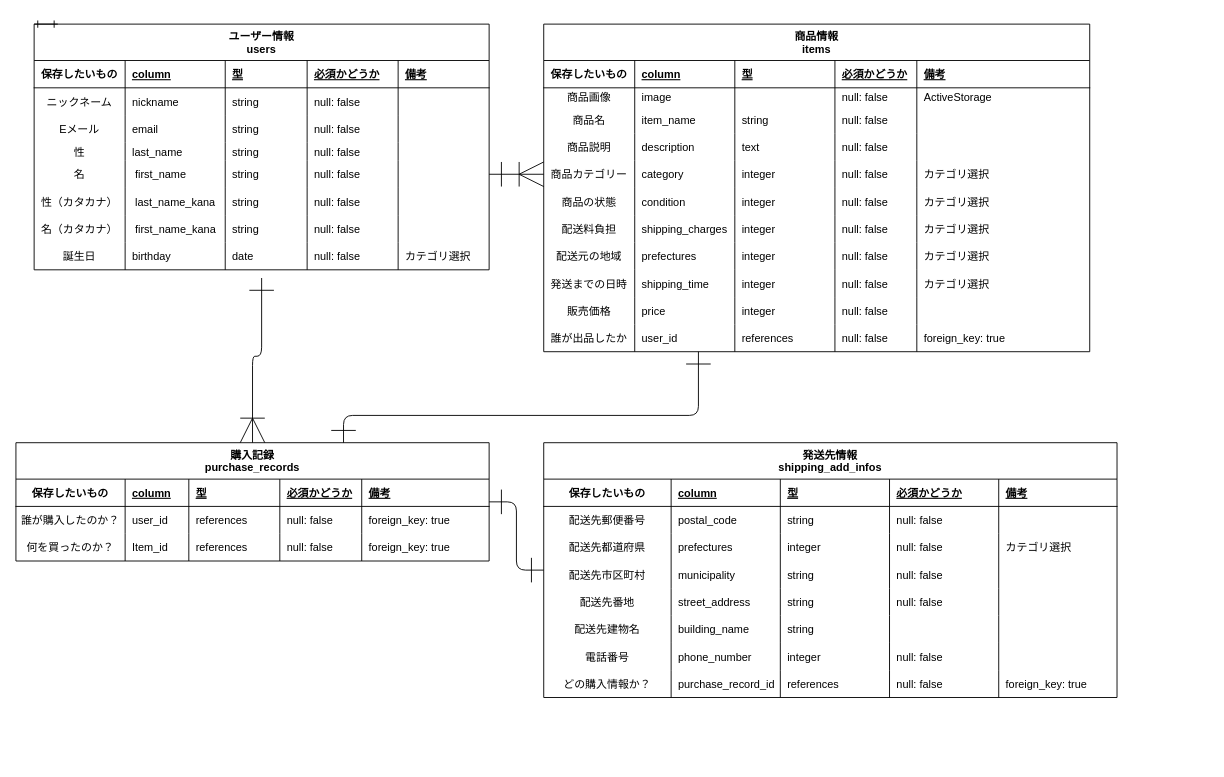
DEXIZA/furima-35503 keeps this draw.io diagram as ER図.drawio. Above is the earlier version. Source tidied: cells renumbered, new cells numbered last; positions are measured from the earlier drawing's top-left corner, leaving out a move shared by most shapes. Both pictures are drawn from the tidied source at 91%, with x=0, y=0 at pixel (15, 24).
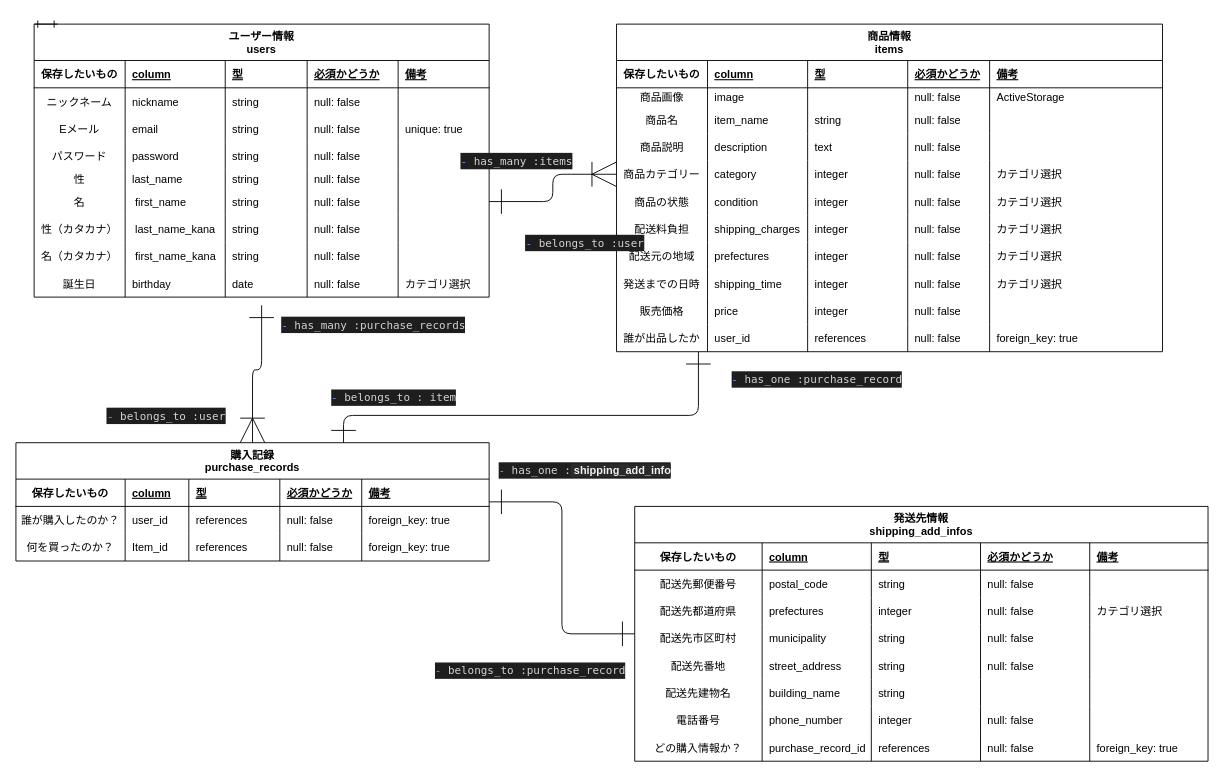
The same diagram, later.

Commit message (it also covers changes not shown here):
コードレビュー修正２

The change refers to these unchanged cells:
```xml
<mxCell id="15" style="shape=partialRectangle;fillColor=none;top=0;left=0;bottom=0;right=0;" parent="2" vertex="1">
  <mxGeometry y="100" width="500" height="30" as="geometry" />
</mxCell>
```

What changed in the source:
```diff
@@
     <mxCell id="2" value="ユーザー情報&#10;users" style="shape=table;startSize=40;childLayout=tableLayout;rowLines=0;fontStyle=1;align=center;" parent="1" vertex="1">
-      <mxGeometry x="20" width="500" height="270" as="geometry" />
+      <mxGeometry x="20" width="500" height="300" as="geometry" />
     </mxCell>
@@
-    <mxCell id="20" style="shape=partialRectangle;fillColor=none;top=0;left=0;bottom=0;right=0;align=left;spacingLeft=6;overflow=hidden;" parent="15" vertex="1">
+    <mxCell id="20" value="unique: true" style="shape=partialRectangle;fillColor=none;top=0;left=0;bottom=0;right=0;align=left;spacingLeft=6;overflow=hidden;" parent="15" vertex="1">
       <mxGeometry x="400" width="100" height="30" as="geometry" />
     </mxCell>
+    <mxCell id="191" style="shape=partialRectangle;fillColor=none;top=0;left=0;bottom=0;right=0;" parent="2" vertex="1">
+      <mxGeometry y="130" width="500" height="30" as="geometry" />
+    </mxCell>
+    <mxCell id="192" value="パスワード" style="shape=partialRectangle;fillColor=none;top=0;left=0;bottom=0;right=0;overflow=hidden;" parent="191" vertex="1">
+      <mxGeometry width="100" height="30" as="geometry" />
+    </mxCell>
+    <mxCell id="193" value="password" style="shape=partialRectangle;fillColor=none;top=0;left=0;bottom=0;right=0;align=left;spacingLeft=6;overflow=hidden;" parent="191" vertex="1">
+      <mxGeometry x="100" width="110" height="30" as="geometry" />
+    </mxCell>
+    <mxCell id="194" value="string" style="shape=partialRectangle;fillColor=none;top=0;left=0;bottom=0;right=0;align=left;spacingLeft=6;overflow=hidden;" parent="191" vertex="1">
+      <mxGeometry x="210" width="90" height="30" as="geometry" />
+    </mxCell>
+    <mxCell id="195" value="null: false" style="shape=partialRectangle;fillColor=none;top=0;left=0;bottom=0;right=0;align=left;spacingLeft=6;overflow=hidden;" parent="191" vertex="1">
+      <mxGeometry x="300" width="100" height="30" as="geometry" />
+    </mxCell>
+    <mxCell id="196" style="shape=partialRectangle;fillColor=none;top=0;left=0;bottom=0;right=0;align=left;spacingLeft=6;overflow=hidden;" parent="191" vertex="1">
+      <mxGeometry x="400" width="100" height="30" as="geometry" />
+    </mxCell>
     <mxCell id="21" style="shape=partialRectangle;fillColor=none;top=0;left=0;bottom=0;right=0;" parent="2" vertex="1">
-      <mxGeometry y="130" width="500" height="20" as="geometry" />
+      <mxGeometry y="160" width="500" height="20" as="geometry" />
     </mxCell>
@@
     <mxCell id="27" style="shape=partialRectangle;fillColor=none;top=0;left=0;bottom=0;right=0;points=[[0,0.5],[1,0.5]];portConstraint=eastwest;" parent="2" vertex="1">
-      <mxGeometry y="150" width="500" height="30" as="geometry" />
+      <mxGeometry y="180" width="500" height="30" as="geometry" />
     </mxCell>
@@
     <mxCell id="33" style="shape=partialRectangle;fillColor=none;top=0;left=0;bottom=0;right=0;" parent="2" vertex="1">
-      <mxGeometry y="180" width="500" height="30" as="geometry" />
+      <mxGeometry y="210" width="500" height="30" as="geometry" />
     </mxCell>
@@
     <mxCell id="39" style="shape=partialRectangle;fillColor=none;top=0;left=0;bottom=0;right=0;" parent="2" vertex="1">
-      <mxGeometry y="210" width="500" height="30" as="geometry" />
+      <mxGeometry y="240" width="500" height="30" as="geometry" />
     </mxCell>
@@
     <mxCell id="45" style="shape=partialRectangle;fillColor=none;top=0;left=0;bottom=0;right=0;" parent="2" vertex="1">
-      <mxGeometry y="240" width="500" height="30" as="geometry" />
+      <mxGeometry y="270" width="500" height="30" as="geometry" />
     </mxCell>
@@
     <mxCell id="51" value="商品情報&#10;items" style="shape=table;startSize=40;childLayout=tableLayout;rowLines=0;fontStyle=1;align=center;" parent="1" vertex="1">
-      <mxGeometry x="580" width="600" height="360" as="geometry" />
+      <mxGeometry x="660" width="600" height="360" as="geometry" />
     </mxCell>
@@
     <mxCell id="137" value="発送先情報&#10;shipping_add_infos" style="shape=table;startSize=40;childLayout=tableLayout;rowLines=0;fontStyle=1;align=center;" parent="1" vertex="1">
-      <mxGeometry x="580" y="460" width="630" height="280" as="geometry" />
+      <mxGeometry x="680" y="530" width="630" height="280" as="geometry" />
     </mxCell>
@@
+    <mxCell id="197" value="&lt;div style=&quot;color: rgb(212 , 212 , 212) ; background-color: rgb(30 , 30 , 30) ; font-family: &amp;#34;menlo&amp;#34; , &amp;#34;monaco&amp;#34; , &amp;#34;courier new&amp;#34; , monospace ; line-height: 18px&quot;&gt;&lt;span style=&quot;color: #6796e6&quot;&gt;-&lt;/span&gt; has_many :items&lt;/div&gt;" style="text;html=1;align=center;verticalAlign=middle;fillColor=none;strokeColor=none;rounded=0;" parent="1" vertex="1">
+      <mxGeometry x="480" y="140" width="140" height="20" as="geometry" />
+    </mxCell>
+    <mxCell id="198" value="&lt;div style=&quot;color: rgb(212 , 212 , 212) ; background-color: rgb(30 , 30 , 30) ; font-family: &amp;#34;menlo&amp;#34; , &amp;#34;monaco&amp;#34; , &amp;#34;courier new&amp;#34; , monospace ; font-weight: normal ; font-size: 12px ; line-height: 18px&quot;&gt;&lt;div&gt;&lt;span style=&quot;color: #6796e6&quot;&gt;-&lt;/span&gt;&lt;span style=&quot;color: #d4d4d4&quot;&gt; has_many :purchase_records&lt;/span&gt;&lt;/div&gt;&lt;/div&gt;" style="text;whiteSpace=wrap;html=1;" parent="1" vertex="1">
+      <mxGeometry x="290" y="315" width="230" height="30" as="geometry" />
+    </mxCell>
+    <mxCell id="199" value="&lt;div style=&quot;color: rgb(212 , 212 , 212) ; background-color: rgb(30 , 30 , 30) ; font-family: &amp;#34;menlo&amp;#34; , &amp;#34;monaco&amp;#34; , &amp;#34;courier new&amp;#34; , monospace ; line-height: 18px&quot;&gt;&lt;div&gt;&lt;span style=&quot;color: #6796e6&quot;&gt;-&lt;/span&gt; belongs_to :user&lt;/div&gt;&lt;div&gt;&lt;span style=&quot;color: #6796e6&quot;&gt;&lt;/span&gt;&lt;/div&gt;&lt;/div&gt;" style="text;html=1;align=center;verticalAlign=middle;strokeColor=none;" parent="1" vertex="1">
+      <mxGeometry x="550" y="230" width="150" height="20" as="geometry" />
+    </mxCell>
+    <mxCell id="200" value="&lt;div style=&quot;color: rgb(212 , 212 , 212) ; background-color: rgb(30 , 30 , 30) ; font-family: &amp;#34;menlo&amp;#34; , &amp;#34;monaco&amp;#34; , &amp;#34;courier new&amp;#34; , monospace ; line-height: 18px&quot;&gt;&lt;div&gt;&lt;span style=&quot;color: #6796e6&quot;&gt;-&lt;/span&gt; belongs_to : item&lt;/div&gt;&lt;/div&gt;" style="text;html=1;align=center;verticalAlign=middle;strokeColor=none;" parent="1" vertex="1">
+      <mxGeometry x="340" y="400" width="150" height="20" as="geometry" />
+    </mxCell>
+    <mxCell id="201" value="&lt;div style=&quot;color: rgb(212 , 212 , 212) ; background-color: rgb(30 , 30 , 30) ; font-family: &amp;#34;menlo&amp;#34; , &amp;#34;monaco&amp;#34; , &amp;#34;courier new&amp;#34; , monospace ; line-height: 18px&quot;&gt;&lt;div&gt;&lt;span style=&quot;color: #6796e6&quot;&gt;-&lt;/span&gt; belongs_to :user&lt;/div&gt;&lt;div&gt;&lt;span style=&quot;color: #6796e6&quot;&gt;&lt;/span&gt;&lt;/div&gt;&lt;/div&gt;" style="text;html=1;align=center;verticalAlign=middle;strokeColor=none;" parent="1" vertex="1">
+      <mxGeometry x="90" y="420" width="150" height="20" as="geometry" />
+    </mxCell>
+    <mxCell id="202" value="&lt;div style=&quot;color: rgb(212 , 212 , 212) ; background-color: rgb(30 , 30 , 30) ; font-family: &amp;#34;menlo&amp;#34; , &amp;#34;monaco&amp;#34; , &amp;#34;courier new&amp;#34; , monospace ; line-height: 18px&quot;&gt;&lt;div&gt;&lt;span style=&quot;color: #6796e6&quot;&gt;-&lt;/span&gt; has_one :purchase_record&lt;/div&gt;&lt;/div&gt;" style="text;html=1;align=center;verticalAlign=middle;strokeColor=none;" parent="1" vertex="1">
+      <mxGeometry x="780" y="380" width="200" height="20" as="geometry" />
+    </mxCell>
+    <mxCell id="203" style="text;html=1;align=center;verticalAlign=middle;strokeColor=none;" parent="1" vertex="1">
+      <mxGeometry x="470" y="600" width="20" height="20" as="geometry" />
+    </mxCell>
+    <mxCell id="204" style="text;html=1;align=center;verticalAlign=middle;strokeColor=none;" parent="1" vertex="1">
+      <mxGeometry x="490" y="600" width="20" height="20" as="geometry" />
+    </mxCell>
+    <mxCell id="205" value="&lt;div style=&quot;color: rgb(212 , 212 , 212) ; background-color: rgb(30 , 30 , 30) ; font-family: &amp;#34;menlo&amp;#34; , &amp;#34;monaco&amp;#34; , &amp;#34;courier new&amp;#34; , monospace ; line-height: 18px&quot;&gt;&lt;div&gt;&lt;span style=&quot;color: #6796e6&quot;&gt;-&lt;/span&gt; has_one :&lt;span style=&quot;background-color: rgb(42 , 42 , 42) ; color: rgb(240 , 240 , 240) ; font-family: &amp;#34;helvetica&amp;#34; ; font-weight: 700&quot;&gt;&amp;nbsp;shipping_add_info&lt;/span&gt;&lt;/div&gt;&lt;/div&gt;" style="text;html=1;align=center;verticalAlign=middle;strokeColor=none;" parent="1" vertex="1">
+      <mxGeometry x="525" y="480" width="200" height="20" as="geometry" />
+    </mxCell>
+    <mxCell id="206" value="&lt;div style=&quot;color: rgb(212 , 212 , 212) ; background-color: rgb(30 , 30 , 30) ; font-family: &amp;#34;menlo&amp;#34; , &amp;#34;monaco&amp;#34; , &amp;#34;courier new&amp;#34; , monospace ; line-height: 18px&quot;&gt;&lt;div&gt;&lt;span style=&quot;color: #6796e6&quot;&gt;-&lt;/span&gt; belongs_to :purchase_record&lt;/div&gt;&lt;/div&gt;" style="text;html=1;align=center;verticalAlign=middle;strokeColor=none;" parent="1" vertex="1">
+      <mxGeometry x="450" y="700" width="230" height="20" as="geometry" />
+    </mxCell>
```
